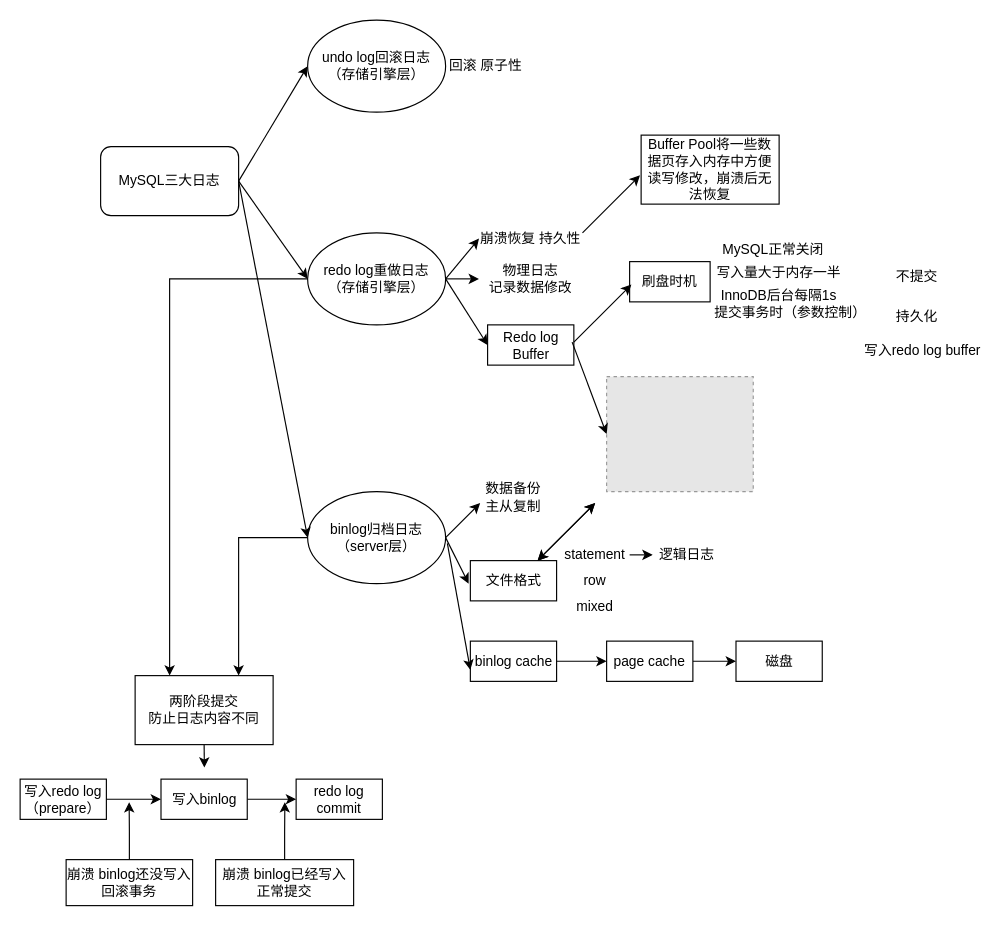
Earlier version of the draw.io diagram MySQL日志.drawio (1155200424/diagrams). Source tidied: cells renumbered, new cells numbered last; positions are measured from the earlier drawing's top-left corner, leaving out a move shared by most shapes. Both pictures are drawn from the tidied source at 115%, with x=0, y=0 at pixel (20, 20). Pictures stored in the file or linked from it are replaced by grey dashed boxes.
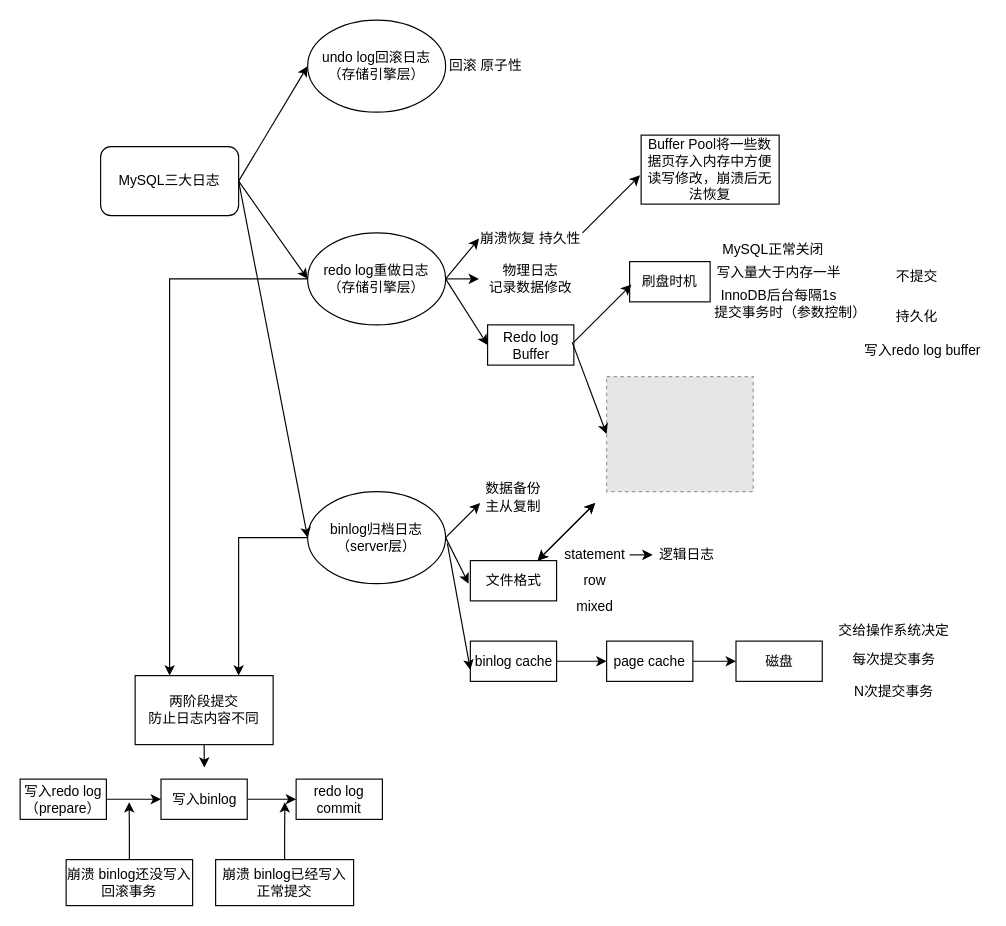
After the change.

The edit, as a diff of the source:
```diff
@@
+    <mxCell id="59" value="交给操作系统决定" style="text;html=1;align=center;verticalAlign=middle;whiteSpace=wrap;rounded=0;" parent="1" vertex="1">
+      <mxGeometry x="710" y="518.8" width="100" height="25" as="geometry" />
+    </mxCell>
+    <mxCell id="60" value="每次提交事务" style="text;html=1;align=center;verticalAlign=middle;whiteSpace=wrap;rounded=0;" parent="1" vertex="1">
+      <mxGeometry x="710" y="543.8" width="100" height="25" as="geometry" />
+    </mxCell>
+    <mxCell id="61" value="N次提交事务" style="text;html=1;align=center;verticalAlign=middle;whiteSpace=wrap;rounded=0;" parent="1" vertex="1">
+      <mxGeometry x="710" y="571.2" width="100" height="25" as="geometry" />
+    </mxCell>
```
